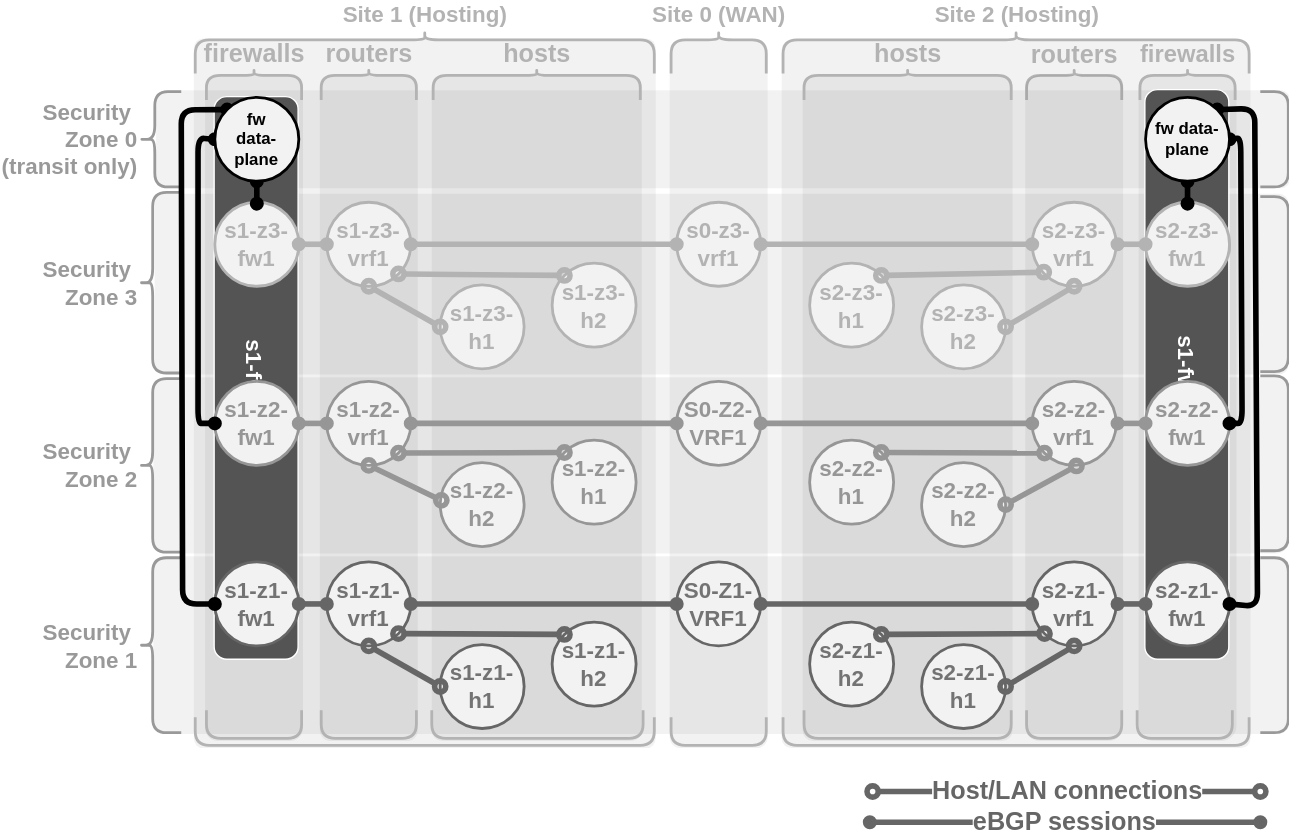
Above: pages/1/3(ecmp-symmetric)/framework-transitzone-2.drawio.svg in menckend/alpha (draw.io), before the change. Source tidied: cells renumbered, new cells last; positions are measured from the earlier drawing's top-left corner, leaving out a move shared by most shapes.
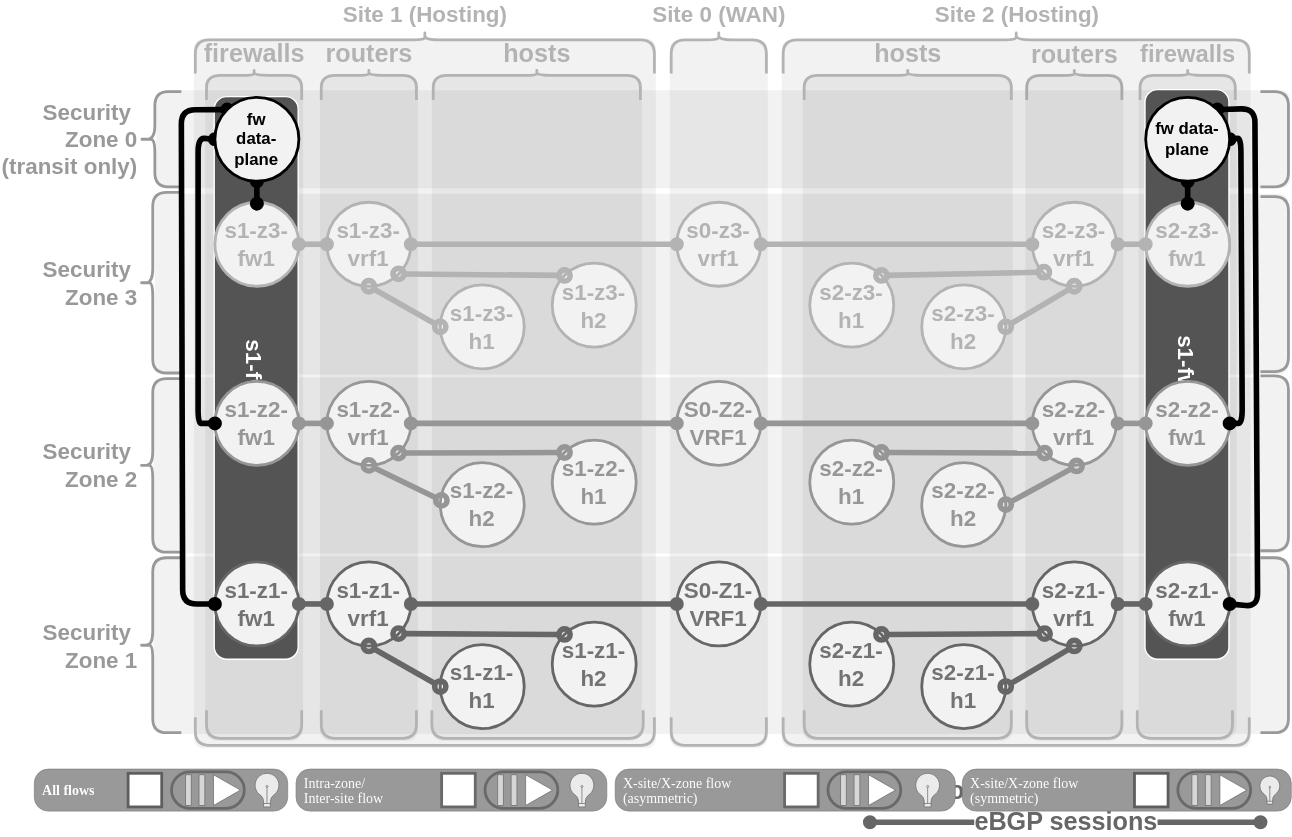
The same diagram one commit later.

Change to the diagram source:
```diff
@@ -366,5 +366,86 @@
     <mxCell id="109" style="shape=curlyBracket;whiteSpace=wrap;html=1;rounded=1;labelPosition=left;verticalLabelPosition=middle;align=right;verticalAlign=middle;rotation=0;strokeWidth=2;strokeColor=#999999;direction=west;size=0;fontSize=18;fontStyle=1;fontColor=#666666;" parent="1" vertex="1">
       <mxGeometry x="919" y="43" width="20" height="68" as="geometry" />
     </mxCell>
+    <mxCell id="110" value="interactivecontrols" parent="0" />
+    <mxCell id="111" value="All flows" style="fillColor=#999999;strokeColor=#7D7D7D;rounded=1;arcSize=33;sketch=0;hachureGap=4;fontFamily=Lucida Console;fontSize=10;fontColor=#FFFFFF;spacingBottom=0;align=left;spacingLeft=6;strokeWidth=0.5;shadow=0;flowAnimation=0;fontStyle=1;shadowBlur=5;shadowColor=#FFFF00;shadowOpacity=100;shadowOffsetY=1;shadowOffsetX=1;spacing=0;" parent="110" vertex="1">
+      <mxGeometry x="43" y="527" width="181" height="30" as="geometry" />
+    </mxCell>
+    <mxCell id="112" style="whiteSpace=wrap;html=1;fontSize=20;fontFamily=Architects Daughter;fillColor=#ffffff;strokeColor=#5E5E5E;sketch=0;hachureGap=4;fontSource=https%3A%2F%2Ffonts.googleapis.com%2Fcss%3Ffamily%3DArchitects%2BDaughter;flowAnimation=0;strokeWidth=2;" parent="111" vertex="1">
+      <mxGeometry x="1" y="0.5" width="24" height="24" relative="1" as="geometry">
+        <mxPoint x="-114" y="-12" as="offset" />
+      </mxGeometry>
+    </mxCell>
+    <mxCell id="113" style="html=1;verticalLabelPosition=bottom;align=center;labelBackgroundColor=#ffffff;verticalAlign=top;strokeWidth=0.5;strokeColor=#666666;shadow=0;dashed=0;shape=mxgraph.ios7.icons.lightbulb;fillColor=#EBEBEB;shadowBlur=5;shadowColor=#FFFF00;shadowOpacity=100;shadowOffsetY=1;shadowOffsetX=1;flowAnimation=0;" parent="111" vertex="1">
+      <mxGeometry x="157" y="3" width="18.4" height="24" as="geometry" />
+    </mxCell>
+    <mxCell id="114" style="rounded=1;whiteSpace=wrap;html=1;strokeWidth=2;arcSize=50;strokeColor=#696969;fillColor=none;" parent="111" vertex="1">
+      <mxGeometry x="98" y="2" width="52" height="26" as="geometry" />
+    </mxCell>
+    <mxCell id="115" style="html=1;verticalLabelPosition=bottom;align=center;labelBackgroundColor=#ffffff;verticalAlign=top;strokeWidth=0.5;strokeColor=#666666;shadow=0;dashed=0;shape=mxgraph.ios7.icons.play;fillColor=#FFFFFF;flowAnimation=0;fontColor=#FFFFFF;lineColor=#D6D6D6;" parent="111" vertex="1">
+      <mxGeometry x="128" y="4" width="19.3" height="22" as="geometry" />
+    </mxCell>
+    <mxCell id="116" style="html=1;verticalLabelPosition=bottom;align=center;labelBackgroundColor=#ffffff;verticalAlign=top;strokeWidth=0.5;strokeColor=#666666;shadow=0;dashed=0;shape=mxgraph.ios7.icons.pause;fillColor=#D6D6D6;flowAnimation=0;" parent="111" vertex="1">
+      <mxGeometry x="108" y="4" width="13.8" height="22" as="geometry" />
+    </mxCell>
+    <mxCell id="117" value="Intra-zone/&lt;div style=&quot;line-height: 100%; font-size: 10px;&quot;&gt;Inter-site flow&lt;/div&gt;" style="fillColor=#999999;strokeColor=#7D7D7D;rounded=1;arcSize=33;sketch=0;hachureGap=4;fontFamily=Lucida Console;fontSize=10;fontColor=#FFFFFF;spacingBottom=0;align=left;spacingLeft=6;strokeWidth=0.5;shadow=0;flowAnimation=0;fontStyle=0;shadowBlur=5;shadowColor=#FFFF00;shadowOpacity=100;shadowOffsetY=1;shadowOffsetX=1;html=1;verticalAlign=middle;spacingTop=0;spacing=0;" parent="110" vertex="1">
+      <mxGeometry x="230" y="527" width="222" height="30" as="geometry" />
+    </mxCell>
+    <mxCell id="118" style="rounded=1;whiteSpace=wrap;html=1;strokeWidth=2;arcSize=50;strokeColor=#696969;fillColor=none;" parent="117" vertex="1">
+      <mxGeometry x="135" y="2" width="52" height="26" as="geometry" />
+    </mxCell>
+    <mxCell id="119" style="whiteSpace=wrap;html=1;fontSize=20;fontFamily=Architects Daughter;fillColor=#ffffff;strokeColor=#696969;sketch=0;hachureGap=4;fontSource=https%3A%2F%2Ffonts.googleapis.com%2Fcss%3Ffamily%3DArchitects%2BDaughter;flowAnimation=0;strokeWidth=2;" parent="117" vertex="1">
+      <mxGeometry x="1" y="0.5" width="24" height="24" relative="1" as="geometry">
+        <mxPoint x="-118" y="-12" as="offset" />
+      </mxGeometry>
+    </mxCell>
+    <mxCell id="120" style="html=1;verticalLabelPosition=bottom;align=center;labelBackgroundColor=#ffffff;verticalAlign=top;strokeWidth=0.5;strokeColor=#666666;shadow=0;dashed=0;shape=mxgraph.ios7.icons.play;fillColor=#FFFFFF;flowAnimation=0;fontColor=#FFFFFF;lineColor=#D6D6D6;" parent="117" vertex="1">
+      <mxGeometry x="164" y="4" width="19.3" height="22" as="geometry" />
+    </mxCell>
+    <mxCell id="121" style="html=1;verticalLabelPosition=bottom;align=center;labelBackgroundColor=#ffffff;verticalAlign=top;strokeWidth=0.5;strokeColor=#666666;shadow=0;dashed=0;shape=mxgraph.ios7.icons.pause;fillColor=#D6D6D6;flowAnimation=0;" parent="117" vertex="1">
+      <mxGeometry x="144" y="4" width="13.8" height="22" as="geometry" />
+    </mxCell>
+    <mxCell id="122" style="html=1;verticalLabelPosition=bottom;align=center;labelBackgroundColor=#ffffff;verticalAlign=top;strokeWidth=0.5;strokeColor=#666666;shadow=0;dashed=0;shape=mxgraph.ios7.icons.lightbulb;fillColor=#EBEBEB;shadowBlur=5;shadowColor=#66FF66;shadowOpacity=100;shadowOffsetY=1;shadowOffsetX=1;flowAnimation=0;" parent="117" vertex="1">
+      <mxGeometry x="195" y="3" width="18.4" height="24" as="geometry" />
+    </mxCell>
+    <mxCell id="123" value="X-site/X-zone flow&lt;div style=&quot;line-height: 100%;&quot;&gt;(asymmetric)&lt;/div&gt;" style="fillColor=#999999;strokeColor=#7D7D7D;rounded=1;arcSize=33;sketch=0;hachureGap=4;fontFamily=Lucida Console;fontSize=10;fontColor=#FFFFFF;spacingBottom=0;align=left;spacingLeft=6;strokeWidth=0.5;shadow=0;flowAnimation=0;fontStyle=0;shadowBlur=5;shadowColor=#FFFF00;shadowOpacity=100;shadowOffsetY=1;shadowOffsetX=1;html=1;verticalAlign=middle;spacingTop=0;spacing=0;" parent="110" vertex="1">
+      <mxGeometry x="458" y="527" width="243" height="30" as="geometry" />
+    </mxCell>
+    <mxCell id="124" style="rounded=1;whiteSpace=wrap;html=1;strokeWidth=2;arcSize=50;strokeColor=#696969;fillColor=none;" parent="123" vertex="1">
+      <mxGeometry x="152" y="2" width="52" height="26" as="geometry" />
+    </mxCell>
+    <mxCell id="125" style="whiteSpace=wrap;html=1;fontSize=20;fontFamily=Architects Daughter;fillColor=#ffffff;strokeColor=#696969;sketch=0;hachureGap=4;fontSource=https%3A%2F%2Ffonts.googleapis.com%2Fcss%3Ffamily%3DArchitects%2BDaughter;flowAnimation=0;strokeWidth=2;" parent="123" vertex="1">
+      <mxGeometry x="1" y="0.5" width="24" height="24" relative="1" as="geometry">
+        <mxPoint x="-122" y="-12" as="offset" />
+      </mxGeometry>
+    </mxCell>
+    <mxCell id="126" style="html=1;verticalLabelPosition=bottom;align=center;labelBackgroundColor=#ffffff;verticalAlign=top;strokeWidth=0.5;strokeColor=#666666;shadow=0;dashed=0;shape=mxgraph.ios7.icons.play;fillColor=#FFFFFF;flowAnimation=0;fontColor=#FFFFFF;lineColor=#D6D6D6;" parent="123" vertex="1">
+      <mxGeometry x="181" y="4" width="19.3" height="22" as="geometry" />
+    </mxCell>
+    <mxCell id="127" style="html=1;verticalLabelPosition=bottom;align=center;labelBackgroundColor=#ffffff;verticalAlign=top;strokeWidth=0.5;strokeColor=#666666;shadow=0;dashed=0;shape=mxgraph.ios7.icons.pause;fillColor=#D6D6D6;flowAnimation=0;" parent="123" vertex="1">
+      <mxGeometry x="161" y="4" width="13.8" height="22" as="geometry" />
+    </mxCell>
+    <mxCell id="128" style="html=1;verticalLabelPosition=bottom;align=center;labelBackgroundColor=#ffffff;verticalAlign=top;strokeWidth=0.5;strokeColor=#666666;shadow=0;dashed=0;shape=mxgraph.ios7.icons.lightbulb;fillColor=#EBEBEB;shadowBlur=5;shadowColor=#CC0066;shadowOpacity=100;shadowOffsetY=1;shadowOffsetX=1;flowAnimation=0;" parent="123" vertex="1">
+      <mxGeometry x="214" y="3" width="18.4" height="24" as="geometry" />
+    </mxCell>
+    <mxCell id="129" value="X-site/X-zone flow&lt;div style=&quot;line-height: 100%;&quot;&gt;(symmetric)&lt;/div&gt;" style="fillColor=#999999;strokeColor=#7D7D7D;rounded=1;arcSize=33;sketch=0;hachureGap=4;fontFamily=Lucida Console;fontSize=10;fontColor=#FFFFFF;spacingBottom=0;align=left;spacingLeft=6;strokeWidth=0.5;shadow=0;flowAnimation=0;fontStyle=0;shadowBlur=5;shadowColor=#FFFF00;shadowOpacity=100;shadowOffsetY=1;shadowOffsetX=1;html=1;verticalAlign=middle;spacingTop=0;spacing=0;" parent="110" vertex="1">
+      <mxGeometry x="706" y="527" width="235" height="30" as="geometry" />
+    </mxCell>
+    <mxCell id="130" style="rounded=1;whiteSpace=wrap;html=1;strokeWidth=2;arcSize=50;strokeColor=#696969;fillColor=none;" parent="129" vertex="1">
+      <mxGeometry x="154" y="2" width="52" height="26" as="geometry" />
+    </mxCell>
+    <mxCell id="131" style="whiteSpace=wrap;html=1;fontSize=20;fontFamily=Architects Daughter;fillColor=#ffffff;strokeColor=#5E5E5E;sketch=0;hachureGap=4;fontSource=https%3A%2F%2Ffonts.googleapis.com%2Fcss%3Ffamily%3DArchitects%2BDaughter;flowAnimation=0;strokeWidth=2;" parent="129" vertex="1">
+      <mxGeometry x="1" y="0.5" width="24" height="24" relative="1" as="geometry">
+        <mxPoint x="-112" y="-12" as="offset" />
+      </mxGeometry>
+    </mxCell>
+    <mxCell id="132" style="html=1;verticalLabelPosition=bottom;align=center;labelBackgroundColor=#ffffff;verticalAlign=top;strokeWidth=0.5;strokeColor=#666666;shadow=0;dashed=0;shape=mxgraph.ios7.icons.play;fillColor=#FFFFFF;flowAnimation=0;fontColor=#FFFFFF;lineColor=#D6D6D6;" parent="129" vertex="1">
+      <mxGeometry x="184" y="4" width="19.3" height="22" as="geometry" />
+    </mxCell>
+    <mxCell id="133" style="html=1;verticalLabelPosition=bottom;align=center;labelBackgroundColor=#ffffff;verticalAlign=top;strokeWidth=0.5;strokeColor=#666666;shadow=0;dashed=0;shape=mxgraph.ios7.icons.pause;fillColor=#D6D6D6;flowAnimation=0;" parent="129" vertex="1">
+      <mxGeometry x="164" y="4" width="13.8" height="22" as="geometry" />
+    </mxCell>
+    <mxCell id="134" style="html=1;verticalLabelPosition=bottom;align=center;labelBackgroundColor=#ffffff;verticalAlign=top;strokeWidth=0.5;strokeColor=#666666;shadow=0;dashed=0;shape=mxgraph.ios7.icons.lightbulb;fillColor=#EBEBEB;shadowBlur=5;shadowColor=#00FFFF;shadowOpacity=100;shadowOffsetY=1;shadowOffsetX=1;flowAnimation=0;" parent="129" vertex="1">
+      <mxGeometry x="212" y="5" width="15.4" height="20" as="geometry" />
+    </mxCell>
   </root>
 </mxGraphModel>
```
